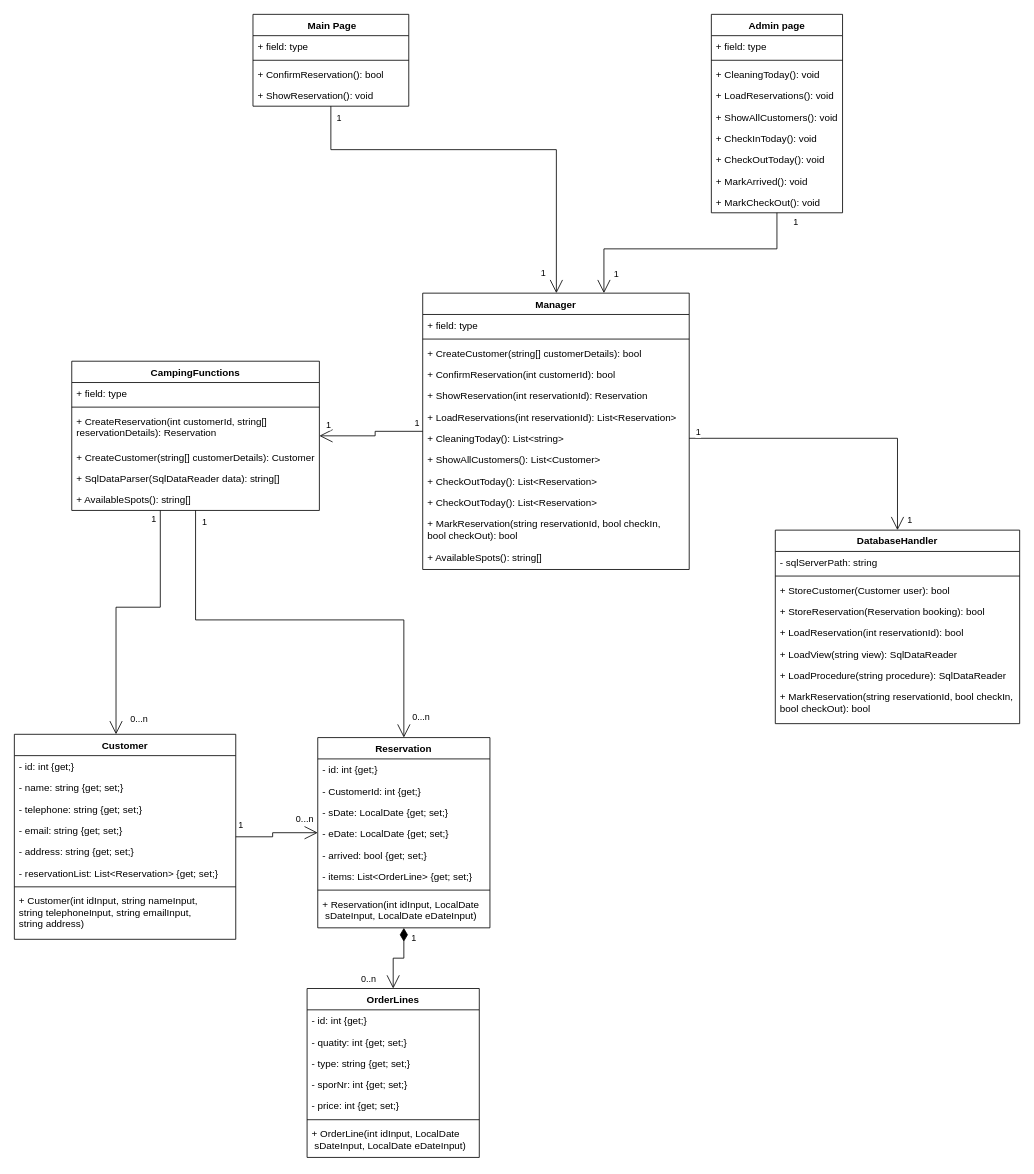
Above: Documentation/Klasse diagram.drawio in emils0/Campingpladsen (draw.io), before the change. Source tidied: cells renumbered, new cells numbered last; positions are measured from the earlier drawing's top-left corner, leaving out a move shared by most shapes. Both pictures are drawn from the tidied source at 82%, with x=0, y=0 at pixel (14, 14).
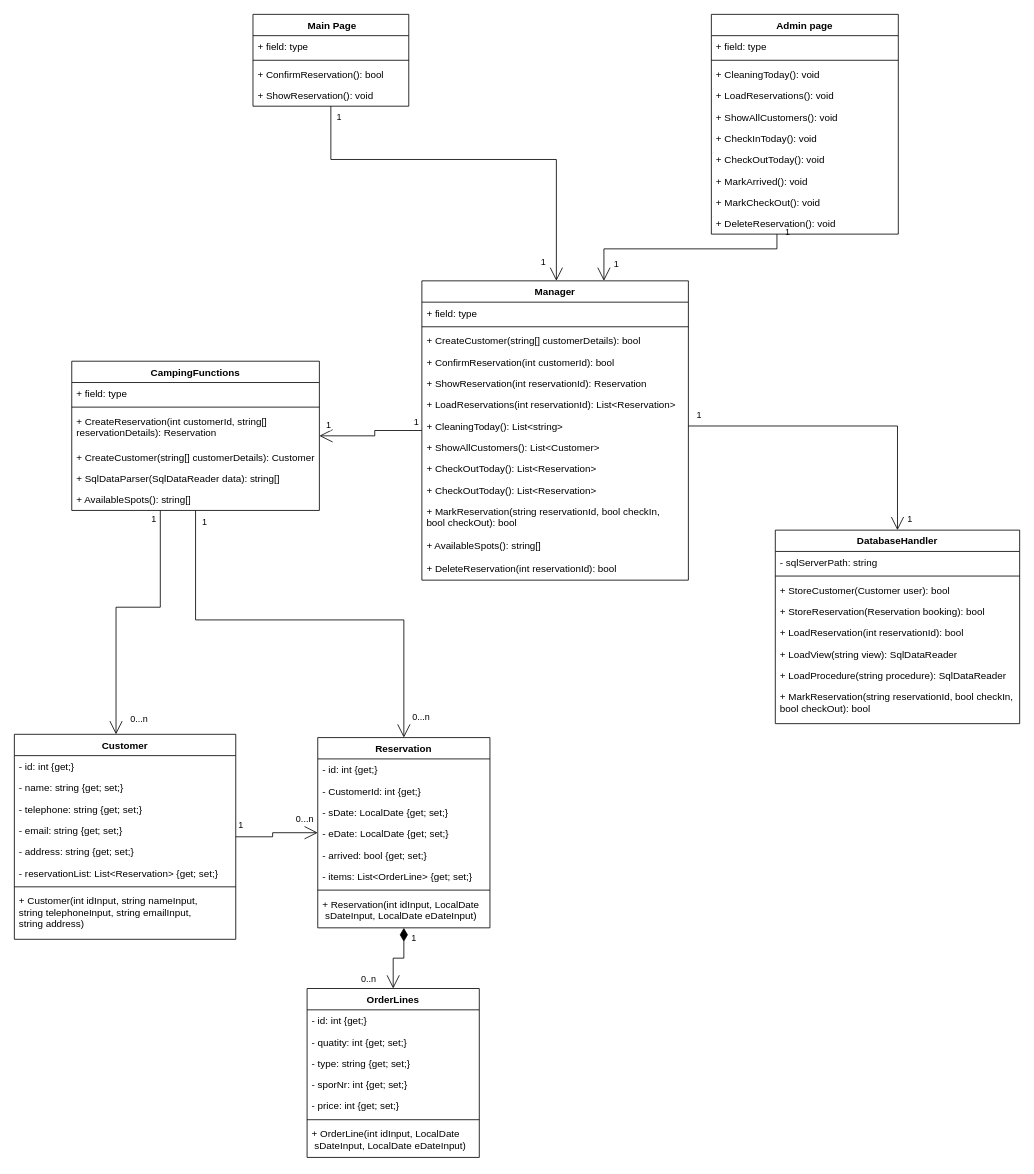
After the change.

The change refers to these unchanged cells:
```xml
<mxCell id="46" value=" Main Page" style="swimlane;fontStyle=1;align=center;verticalAlign=top;horizontal=1;startSize=26;" parent="1" vertex="1">
  <mxGeometry x="291" width="190" height="112" as="geometry" />
</mxCell>
<mxCell id="93" style="edgeStyle=orthogonalEdgeStyle;rounded=0;jettySize=auto;html=1;startArrow=none;startFill=0;endArrow=open;endFill=0;startSize=14;endSize=14;" parent="1" edge="1" source="15" target="21">
  <mxGeometry relative="1" as="geometry" />
</mxCell>
```

What changed in the source:
```diff
@@
     <mxCell id="8" value="Manager" style="swimlane;fontStyle=1;align=center;verticalAlign=top;horizontal=1;startSize=26;" parent="1" vertex="1">
-      <mxGeometry x="498" y="340" width="325" height="337" as="geometry" />
+      <mxGeometry x="497" y="325" width="325" height="365" as="geometry" />
     </mxCell>
@@
+    <mxCell id="96" value="+ AvailableSpots(): string[]" style="text;strokeColor=none;fillColor=none;align=left;verticalAlign=top;spacingLeft=4;spacingRight=4;overflow=hidden;" parent="8" vertex="1">
+      <mxGeometry y="309" width="325" height="28" as="geometry" />
+    </mxCell>
-    <mxCell id="20" value="+ AvailableSpots(): string[]" style="text;strokeColor=none;fillColor=none;align=left;verticalAlign=top;spacingLeft=4;spacingRight=4;overflow=hidden;" parent="8" vertex="1">
-      <mxGeometry y="309" width="325" height="28" as="geometry" />
+    <mxCell id="20" value="+ DeleteReservation(int reservationId): bool" style="text;strokeColor=none;fillColor=none;align=left;verticalAlign=top;spacingLeft=4;spacingRight=4;overflow=hidden;" parent="8" vertex="1">
+      <mxGeometry y="337" width="325" height="28" as="geometry" />
     </mxCell>
@@
     <mxCell id="43" style="edgeStyle=orthogonalEdgeStyle;rounded=0;jettySize=auto;html=1;startArrow=none;startFill=0;endArrow=open;endFill=0;startSize=14;endSize=14;" parent="1" edge="1" source="46" target="8">
       <mxGeometry relative="1" as="geometry">
         <Array as="points">
-          <mxPoint x="386" y="165" />
-          <mxPoint x="661" y="165" />
+          <mxPoint x="386" y="177" />
+          <mxPoint x="661" y="177" />
         </Array>
       </mxGeometry>
     </mxCell>
@@
     <mxCell id="51" value="Admin page" style="swimlane;fontStyle=1;align=center;verticalAlign=top;horizontal=1;startSize=26;" parent="1" vertex="1">
-      <mxGeometry x="850" width="160" height="242" as="geometry" />
+      <mxGeometry x="850" width="228" height="268" as="geometry" />
     </mxCell>
     <mxCell id="52" value="+ field: type" style="text;strokeColor=none;fillColor=none;align=left;verticalAlign=top;spacingLeft=4;spacingRight=4;overflow=hidden;" parent="51" vertex="1">
-      <mxGeometry y="26" width="160" height="26" as="geometry" />
+      <mxGeometry y="26" width="228" height="26" as="geometry" />
     </mxCell>
     <mxCell id="53" style="line;strokeWidth=1;fillColor=none;align=left;verticalAlign=middle;spacingTop=-1;spacingLeft=3;spacingRight=3;labelPosition=right;" parent="51" vertex="1">
-      <mxGeometry y="52" width="160" height="8" as="geometry" />
+      <mxGeometry y="52" width="228" height="8" as="geometry" />
     </mxCell>
     <mxCell id="54" value="+ CleaningToday(): void" style="text;strokeColor=none;fillColor=none;align=left;verticalAlign=top;spacingLeft=4;spacingRight=4;overflow=hidden;" parent="51" vertex="1">
-      <mxGeometry y="60" width="160" height="26" as="geometry" />
+      <mxGeometry y="60" width="228" height="26" as="geometry" />
     </mxCell>
     <mxCell id="55" value="+ LoadReservations(): void" style="text;strokeColor=none;fillColor=none;align=left;verticalAlign=top;spacingLeft=4;spacingRight=4;overflow=hidden;" parent="51" vertex="1">
-      <mxGeometry y="86" width="160" height="26" as="geometry" />
+      <mxGeometry y="86" width="228" height="26" as="geometry" />
     </mxCell>
     <mxCell id="56" value="+ ShowAllCustomers(): void" style="text;strokeColor=none;fillColor=none;align=left;verticalAlign=top;spacingLeft=4;spacingRight=4;overflow=hidden;" parent="51" vertex="1">
-      <mxGeometry y="112" width="160" height="26" as="geometry" />
+      <mxGeometry y="112" width="228" height="26" as="geometry" />
     </mxCell>
     <mxCell id="57" value="+ CheckInToday(): void" style="text;strokeColor=none;fillColor=none;align=left;verticalAlign=top;spacingLeft=4;spacingRight=4;overflow=hidden;" parent="51" vertex="1">
-      <mxGeometry y="138" width="160" height="26" as="geometry" />
+      <mxGeometry y="138" width="228" height="26" as="geometry" />
     </mxCell>
     <mxCell id="58" value="+ CheckOutToday(): void" style="text;strokeColor=none;fillColor=none;align=left;verticalAlign=top;spacingLeft=4;spacingRight=4;overflow=hidden;" parent="51" vertex="1">
-      <mxGeometry y="164" width="160" height="26" as="geometry" />
+      <mxGeometry y="164" width="228" height="26" as="geometry" />
     </mxCell>
     <mxCell id="59" value="+ MarkArrived(): void" style="text;strokeColor=none;fillColor=none;align=left;verticalAlign=top;spacingLeft=4;spacingRight=4;overflow=hidden;" parent="51" vertex="1">
-      <mxGeometry y="190" width="160" height="26" as="geometry" />
+      <mxGeometry y="190" width="228" height="26" as="geometry" />
     </mxCell>
     <mxCell id="60" value="+ MarkCheckOut(): void" style="text;strokeColor=none;fillColor=none;align=left;verticalAlign=top;spacingLeft=4;spacingRight=4;overflow=hidden;" parent="51" vertex="1">
-      <mxGeometry y="216" width="160" height="26" as="geometry" />
+      <mxGeometry y="216" width="228" height="26" as="geometry" />
     </mxCell>
+    <mxCell id="97" value="+ DeleteReservation(): void" style="text;strokeColor=none;fillColor=none;align=left;verticalAlign=top;spacingLeft=4;spacingRight=4;overflow=hidden;" parent="51" vertex="1">
+      <mxGeometry y="242" width="228" height="26" as="geometry" />
+    </mxCell>
@@
     <mxCell id="94" value="1" style="edgeLabel;html=1;align=center;verticalAlign=middle;" parent="93" vertex="1">
       <mxGeometry x="-0.9" relative="1" as="geometry">
-        <mxPoint x="-8" y="-8" as="offset" />
+        <mxPoint x="-7" y="-14" as="offset" />
       </mxGeometry>
     </mxCell>
```
